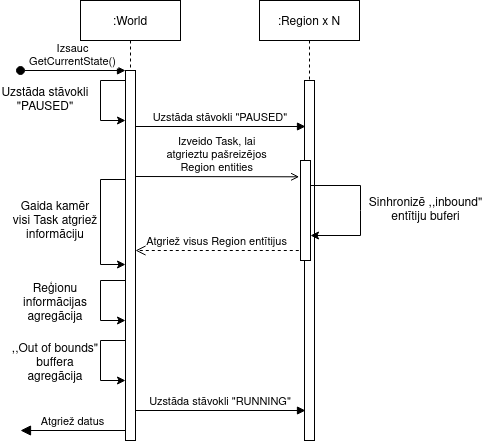
Before: report/images/DiseaseCore-GetData.png, a diagram exported from draw.io (roberts-ivanovs/VPL2020-coursework). Source tidied: cells renumbered, new cells last; positions are measured from the earlier drawing's top-left corner, leaving out a move shared by most shapes. Its diagram source:
```xml
<mxGraphModel>
  <root>
    <mxCell id="0" />
    <mxCell id="1" parent="0" />
    <mxCell id="2" value=":World" style="shape=umlLifeline;perimeter=lifelinePerimeter;rounded=0;shadow=0;strokeWidth=1;" parent="1" vertex="1">
      <mxGeometry x="80" width="100" height="440" as="geometry" />
    </mxCell>
    <mxCell id="3" style="points=[];perimeter=orthogonalPerimeter;rounded=0;shadow=0;strokeWidth=1;" parent="2" vertex="1">
      <mxGeometry x="45" y="70" width="10" height="370" as="geometry" />
    </mxCell>
    <mxCell id="4" value="Izsauc &#10;GetCurrentState()" style="verticalAlign=bottom;startArrow=oval;endArrow=block;startSize=8;shadow=0;strokeWidth=1;" parent="2" edge="1" target="3">
      <mxGeometry relative="1" as="geometry">
        <mxPoint x="-60" y="70" as="sourcePoint" />
      </mxGeometry>
    </mxCell>
    <mxCell id="5" style="edgeStyle=orthogonalEdgeStyle;rounded=0;orthogonalLoop=1;jettySize=auto;html=1;" parent="2" edge="1">
      <mxGeometry relative="1" as="geometry">
        <mxPoint x="45" y="179" as="sourcePoint" />
        <mxPoint x="45" y="264" as="targetPoint" />
        <Array as="points">
          <mxPoint x="20" y="179" />
          <mxPoint x="20" y="264" />
        </Array>
      </mxGeometry>
    </mxCell>
    <mxCell id="6" value=":Region x N" style="shape=umlLifeline;perimeter=lifelinePerimeter;rounded=0;shadow=0;strokeWidth=1;" parent="1" vertex="1">
      <mxGeometry x="259" width="100" height="440" as="geometry" />
    </mxCell>
    <mxCell id="7" style="perimeter=orthogonalPerimeter;rounded=0;shadow=0;strokeWidth=1;" parent="6" vertex="1">
      <mxGeometry x="45" y="80" width="10" height="360" as="geometry" />
    </mxCell>
    <mxCell id="8" value="Atgriež visus Region entītijus" style="verticalAlign=bottom;endArrow=open;dashed=1;endSize=8;exitX=-0.17;exitY=0.9;shadow=0;strokeWidth=1;exitDx=0;exitDy=0;exitPerimeter=0;" parent="1" edge="1" source="11" target="3">
      <mxGeometry relative="1" as="geometry" />
    </mxCell>
    <mxCell id="9" value="Uzstāda stāvokli &quot;PAUSED&quot;" style="verticalAlign=bottom;endArrow=block;entryX=0;entryY=0;shadow=0;strokeWidth=1;" parent="1" edge="1">
      <mxGeometry relative="1" as="geometry">
        <mxPoint x="135" y="126" as="sourcePoint" />
        <mxPoint x="305" y="126" as="targetPoint" />
      </mxGeometry>
    </mxCell>
    <mxCell id="10" value="Izveido Task, lai &#10;atgrieztu pašreizējos &#10;Region entities" style="verticalAlign=bottom;endArrow=open;entryX=-0.133;entryY=0.163;shadow=0;strokeWidth=1;entryDx=0;entryDy=0;entryPerimeter=0;endFill=0;" parent="1" edge="1" target="11">
      <mxGeometry relative="1" as="geometry">
        <mxPoint x="135" y="176" as="sourcePoint" />
      </mxGeometry>
    </mxCell>
    <mxCell id="11" style="rounded=0;whiteSpace=wrap;html=1;" parent="1" vertex="1">
      <mxGeometry x="300" y="160" width="10" height="100" as="geometry" />
    </mxCell>
    <mxCell id="12" style="endArrow=classic;html=1;exitX=1;exitY=0.25;exitDx=0;exitDy=0;entryX=1;entryY=0.75;entryDx=0;entryDy=0;rounded=0;" parent="1" edge="1" source="11" target="11">
      <mxGeometry relative="1" as="geometry">
        <Array as="points">
          <mxPoint x="360" y="185" />
          <mxPoint x="360" y="210" />
          <mxPoint x="360" y="235" />
        </Array>
      </mxGeometry>
    </mxCell>
    <mxCell id="13" value="Sinhronizē ,,inbound&quot; &lt;br&gt;entītiju buferi" style="text;html=1;align=center;verticalAlign=middle;" parent="1" vertex="1">
      <mxGeometry x="360" y="195" width="130" height="30" as="geometry" />
    </mxCell>
    <mxCell id="14" value="Gaida kamēr visi Task atgriež informāciju" style="text;html=1;strokeColor=none;fillColor=none;align=center;verticalAlign=middle;whiteSpace=wrap;rounded=0;" parent="1" vertex="1">
      <mxGeometry x="10" y="211" width="90" height="20" as="geometry" />
    </mxCell>
    <mxCell id="15" style="edgeStyle=orthogonalEdgeStyle;rounded=0;orthogonalLoop=1;jettySize=auto;html=1;" parent="1" edge="1">
      <mxGeometry relative="1" as="geometry">
        <mxPoint x="125" y="280" as="sourcePoint" />
        <mxPoint x="125" y="320" as="targetPoint" />
        <Array as="points">
          <mxPoint x="100" y="280" />
          <mxPoint x="100" y="320" />
          <mxPoint x="125" y="320" />
        </Array>
      </mxGeometry>
    </mxCell>
    <mxCell id="16" value="Reģionu informācijas agregācija" style="text;html=1;strokeColor=none;fillColor=none;align=center;verticalAlign=middle;whiteSpace=wrap;rounded=0;" parent="1" vertex="1">
      <mxGeometry x="10" y="293" width="90" height="20" as="geometry" />
    </mxCell>
    <mxCell id="17" style="edgeStyle=orthogonalEdgeStyle;rounded=0;orthogonalLoop=1;jettySize=auto;html=1;" parent="1" edge="1">
      <mxGeometry relative="1" as="geometry">
        <mxPoint x="125" y="340" as="sourcePoint" />
        <mxPoint x="125" y="380" as="targetPoint" />
        <Array as="points">
          <mxPoint x="100" y="340" />
          <mxPoint x="100" y="380" />
          <mxPoint x="125" y="380" />
        </Array>
      </mxGeometry>
    </mxCell>
    <mxCell id="18" value=",,Out of bounds&quot; buffera agregācija" style="text;html=1;strokeColor=none;fillColor=none;align=center;verticalAlign=middle;whiteSpace=wrap;rounded=0;" parent="1" vertex="1">
      <mxGeometry x="10" y="353" width="90" height="20" as="geometry" />
    </mxCell>
    <mxCell id="19" value="Uzstāda stāvokli &quot;RUNNING&quot;" style="verticalAlign=bottom;endArrow=block;entryX=0;entryY=0;shadow=0;strokeWidth=1;" parent="1" edge="1">
      <mxGeometry relative="1" as="geometry">
        <mxPoint x="135" y="410" as="sourcePoint" />
        <mxPoint x="305" y="410" as="targetPoint" />
      </mxGeometry>
    </mxCell>
    <mxCell id="20" style="edgeStyle=orthogonalEdgeStyle;rounded=0;orthogonalLoop=1;jettySize=auto;html=1;" parent="1" edge="1">
      <mxGeometry relative="1" as="geometry">
        <mxPoint x="125" y="80" as="sourcePoint" />
        <mxPoint x="125" y="120" as="targetPoint" />
        <Array as="points">
          <mxPoint x="100" y="80" />
          <mxPoint x="100" y="120" />
          <mxPoint x="125" y="120" />
        </Array>
      </mxGeometry>
    </mxCell>
    <mxCell id="21" value="Uzstāda stāvokli &quot;PAUSED&quot;" style="text;html=1;strokeColor=none;fillColor=none;align=center;verticalAlign=middle;whiteSpace=wrap;rounded=0;" parent="1" vertex="1">
      <mxGeometry y="90" width="90" height="20" as="geometry" />
    </mxCell>
    <mxCell id="22" value="Atgriež datus" style="verticalAlign=bottom;startArrow=block;endArrow=none;startSize=8;shadow=0;strokeWidth=1;startFill=1;endFill=0;" parent="1" edge="1">
      <mxGeometry relative="1" as="geometry">
        <mxPoint x="20" y="430" as="sourcePoint" />
        <mxPoint x="125" y="430" as="targetPoint" />
      </mxGeometry>
    </mxCell>
  </root>
</mxGraphModel>
```
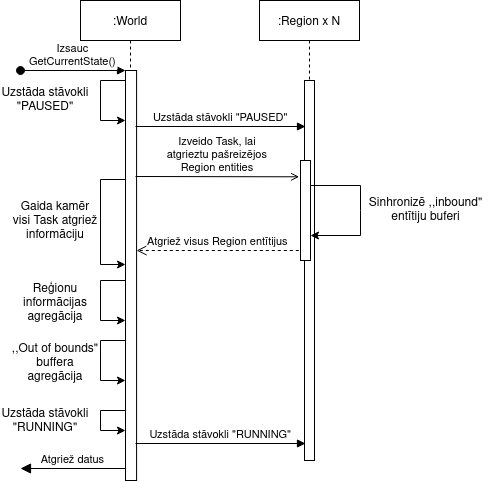
Above is the later version.

The edit, as a diff of the source:
```diff
@@ -3,10 +3,10 @@
     <mxCell id="0" />
     <mxCell id="1" parent="0" />
     <mxCell id="2" value=":World" style="shape=umlLifeline;perimeter=lifelinePerimeter;rounded=0;shadow=0;strokeWidth=1;" parent="1" vertex="1">
-      <mxGeometry x="80" width="100" height="440" as="geometry" />
+      <mxGeometry x="80" width="100" height="480" as="geometry" />
     </mxCell>
     <mxCell id="3" style="points=[];perimeter=orthogonalPerimeter;rounded=0;shadow=0;strokeWidth=1;" parent="2" vertex="1">
-      <mxGeometry x="45" y="70" width="10" height="370" as="geometry" />
+      <mxGeometry x="45" y="70" width="11.1" height="410" as="geometry" />
     </mxCell>
     <mxCell id="4" value="Izsauc &#10;GetCurrentState()" style="verticalAlign=bottom;startArrow=oval;endArrow=block;startSize=8;shadow=0;strokeWidth=1;" parent="2" edge="1" target="3">
       <mxGeometry relative="1" as="geometry">
@@ -24,10 +24,10 @@
       </mxGeometry>
     </mxCell>
     <mxCell id="6" value=":Region x N" style="shape=umlLifeline;perimeter=lifelinePerimeter;rounded=0;shadow=0;strokeWidth=1;" parent="1" vertex="1">
-      <mxGeometry x="259" width="100" height="440" as="geometry" />
+      <mxGeometry x="259" width="100" height="460" as="geometry" />
     </mxCell>
     <mxCell id="7" style="perimeter=orthogonalPerimeter;rounded=0;shadow=0;strokeWidth=1;" parent="6" vertex="1">
-      <mxGeometry x="45" y="80" width="10" height="360" as="geometry" />
+      <mxGeometry x="45" y="80" width="10" height="380" as="geometry" />
     </mxCell>
     <mxCell id="8" value="Atgriež visus Region entītijus" style="verticalAlign=bottom;endArrow=open;dashed=1;endSize=8;exitX=-0.17;exitY=0.9;shadow=0;strokeWidth=1;exitDx=0;exitDy=0;exitPerimeter=0;" parent="1" edge="1" source="11" target="3">
       <mxGeometry relative="1" as="geometry" />
@@ -91,8 +91,8 @@
     </mxCell>
     <mxCell id="19" value="Uzstāda stāvokli &quot;RUNNING&quot;" style="verticalAlign=bottom;endArrow=block;entryX=0;entryY=0;shadow=0;strokeWidth=1;" parent="1" edge="1">
       <mxGeometry relative="1" as="geometry">
-        <mxPoint x="135" y="410" as="sourcePoint" />
-        <mxPoint x="305" y="410" as="targetPoint" />
+        <mxPoint x="135" y="443" as="sourcePoint" />
+        <mxPoint x="305" y="443" as="targetPoint" />
       </mxGeometry>
     </mxCell>
     <mxCell id="20" style="edgeStyle=orthogonalEdgeStyle;rounded=0;orthogonalLoop=1;jettySize=auto;html=1;" parent="1" edge="1">
@@ -111,9 +111,23 @@
     </mxCell>
     <mxCell id="22" value="Atgriež datus" style="verticalAlign=bottom;startArrow=block;endArrow=none;startSize=8;shadow=0;strokeWidth=1;startFill=1;endFill=0;" parent="1" edge="1">
       <mxGeometry relative="1" as="geometry">
-        <mxPoint x="20" y="430" as="sourcePoint" />
-        <mxPoint x="125" y="430" as="targetPoint" />
+        <mxPoint x="20" y="468" as="sourcePoint" />
+        <mxPoint x="125" y="468" as="targetPoint" />
       </mxGeometry>
     </mxCell>
+    <mxCell id="23" style="edgeStyle=orthogonalEdgeStyle;rounded=0;orthogonalLoop=1;jettySize=auto;html=1;" parent="1" edge="1">
+      <mxGeometry relative="1" as="geometry">
+        <mxPoint x="125" y="410" as="sourcePoint" />
+        <mxPoint x="125" y="430" as="targetPoint" />
+        <Array as="points">
+          <mxPoint x="100" y="410" />
+          <mxPoint x="100" y="430" />
+          <mxPoint x="125" y="430" />
+        </Array>
+      </mxGeometry>
+    </mxCell>
+    <mxCell id="24" value="Uzstāda stāvokli &quot;RUNNING&quot;" style="text;html=1;strokeColor=none;fillColor=none;align=center;verticalAlign=middle;whiteSpace=wrap;rounded=0;" parent="1" vertex="1">
+      <mxGeometry y="411" width="90" height="20" as="geometry" />
+    </mxCell>
   </root>
 </mxGraphModel>
```
